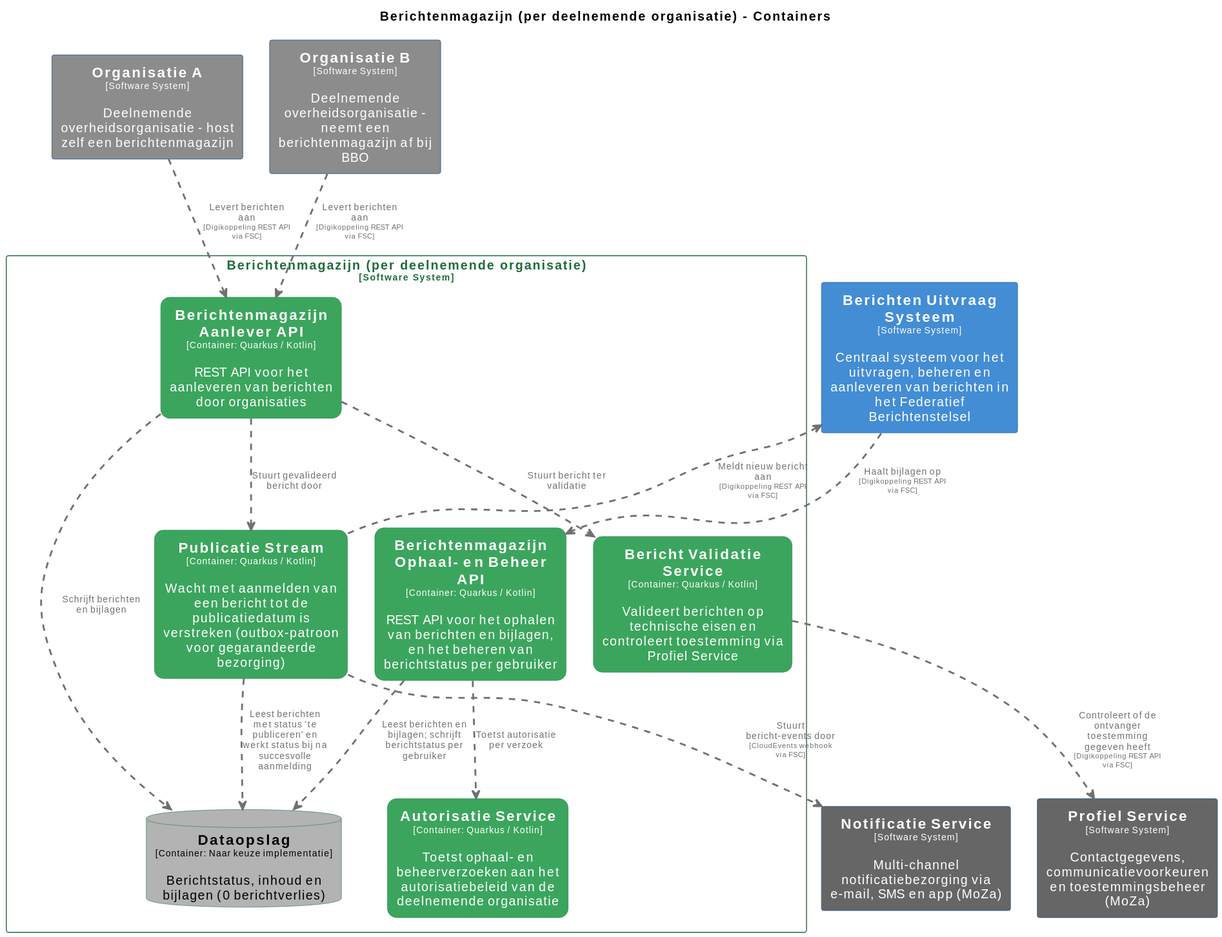
This is pr-preview/pr-22/master/svg/BerichtenmagazijnContainers.svg from MinBZK/moza-poc-fbs-berichtenbox, a PlantUML export, as it was before one commit. Its source is kept beside it as pr-preview/pr-22/master/puml/BerichtenmagazijnContainers.puml.
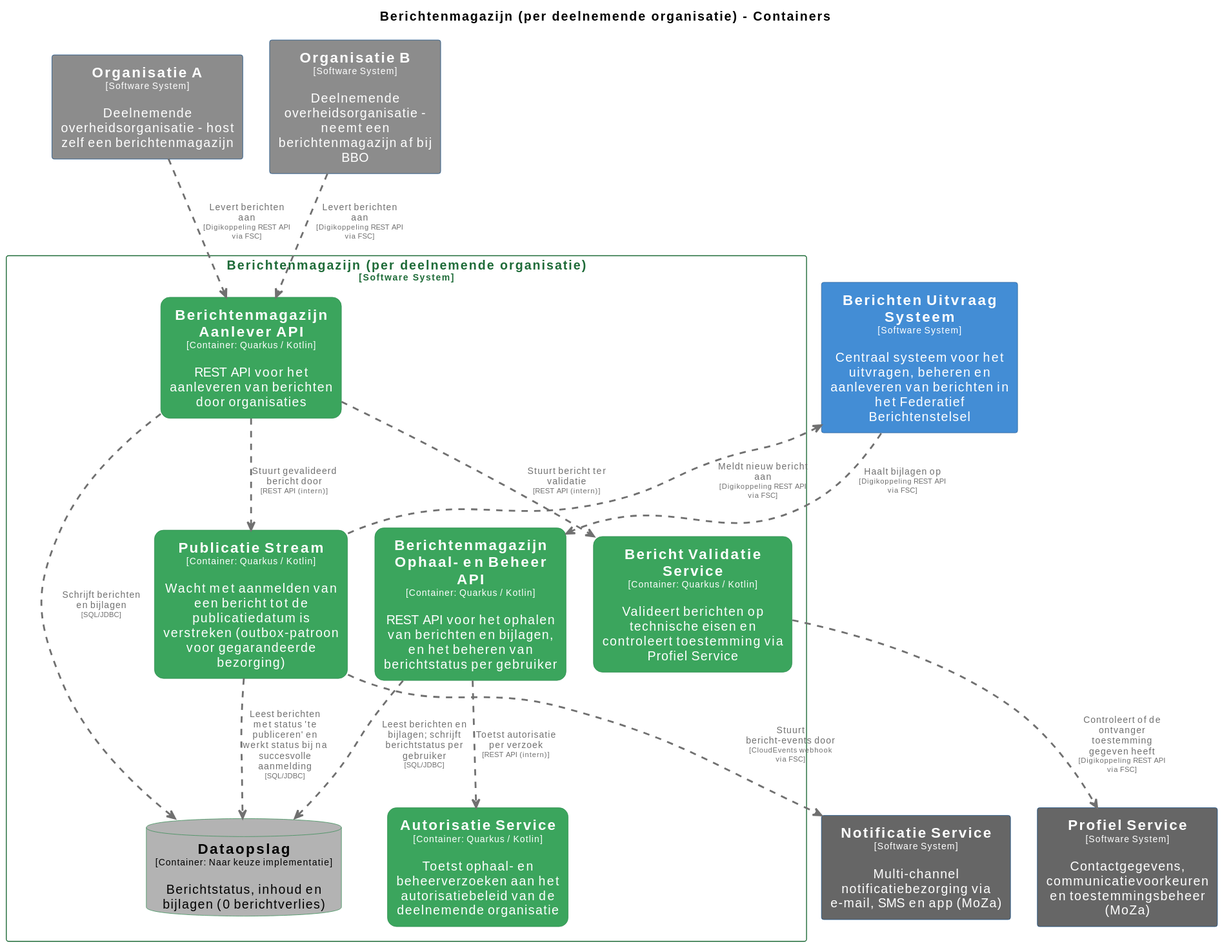
Later version of the same file.

The edit, as a diff of the source:
```diff
@@ -112,11 +112,11 @@
 OrganisatieA .[#707070,thickness=2].> Berichtenmagazijnperdeelnemendeorganisatie.BerichtenmagazijnAanleverAPI : "<color:#707070>Levert berichten aan\n<color:#707070><size:8>[Digikoppeling REST API via FSC]</size>"
 OrganisatieB .[#707070,thickness=2].> Berichtenmagazijnperdeelnemendeorganisatie.BerichtenmagazijnAanleverAPI : "<color:#707070>Levert berichten aan\n<color:#707070><size:8>[Digikoppeling REST API via FSC]</size>"
 Berichtenmagazijnperdeelnemendeorganisatie.BerichtValidatieService .[#707070,thickness=2].> ProfielService : "<color:#707070>Controleert of de ontvanger toestemming gegeven heeft\n<color:#707070><size:8>[Digikoppeling REST API via FSC]</size>"
-Berichtenmagazijnperdeelnemendeorganisatie.BerichtenmagazijnOphaalenBeheerAPI .[#707070,thickness=2].> Berichtenmagazijnperdeelnemendeorganisatie.Dataopslag : "<color:#707070>Leest berichten en bijlagen; schrijft berichtstatus per gebruiker"
-Berichtenmagazijnperdeelnemendeorganisatie.BerichtenmagazijnAanleverAPI .[#707070,thickness=2].> Berichtenmagazijnperdeelnemendeorganisatie.Dataopslag : "<color:#707070>Schrijft berichten en bijlagen"
-Berichtenmagazijnperdeelnemendeorganisatie.BerichtenmagazijnAanleverAPI .[#707070,thickness=2].> Berichtenmagazijnperdeelnemendeorganisatie.BerichtValidatieService : "<color:#707070>Stuurt bericht ter validatie"
-Berichtenmagazijnperdeelnemendeorganisatie.BerichtenmagazijnAanleverAPI .[#707070,thickness=2].> Berichtenmagazijnperdeelnemendeorganisatie.PublicatieStream : "<color:#707070>Stuurt gevalideerd bericht door"
-Berichtenmagazijnperdeelnemendeorganisatie.PublicatieStream .[#707070,thickness=2].> Berichtenmagazijnperdeelnemendeorganisatie.Dataopslag : "<color:#707070>Leest berichten met status 'te publiceren' en werkt status bij na succesvolle aanmelding"
-Berichtenmagazijnperdeelnemendeorganisatie.BerichtenmagazijnOphaalenBeheerAPI .[#707070,thickness=2].> Berichtenmagazijnperdeelnemendeorganisatie.AutorisatieService : "<color:#707070>Toetst autorisatie per verzoek"
+Berichtenmagazijnperdeelnemendeorganisatie.BerichtenmagazijnOphaalenBeheerAPI .[#707070,thickness=2].> Berichtenmagazijnperdeelnemendeorganisatie.Dataopslag : "<color:#707070>Leest berichten en bijlagen; schrijft berichtstatus per gebruiker\n<color:#707070><size:8>[SQL/JDBC]</size>"
+Berichtenmagazijnperdeelnemendeorganisatie.BerichtenmagazijnAanleverAPI .[#707070,thickness=2].> Berichtenmagazijnperdeelnemendeorganisatie.Dataopslag : "<color:#707070>Schrijft berichten en bijlagen\n<color:#707070><size:8>[SQL/JDBC]</size>"
+Berichtenmagazijnperdeelnemendeorganisatie.BerichtenmagazijnAanleverAPI .[#707070,thickness=2].> Berichtenmagazijnperdeelnemendeorganisatie.BerichtValidatieService : "<color:#707070>Stuurt bericht ter validatie\n<color:#707070><size:8>[REST API (intern)]</size>"
+Berichtenmagazijnperdeelnemendeorganisatie.BerichtenmagazijnAanleverAPI .[#707070,thickness=2].> Berichtenmagazijnperdeelnemendeorganisatie.PublicatieStream : "<color:#707070>Stuurt gevalideerd bericht door\n<color:#707070><size:8>[REST API (intern)]</size>"
+Berichtenmagazijnperdeelnemendeorganisatie.PublicatieStream .[#707070,thickness=2].> Berichtenmagazijnperdeelnemendeorganisatie.Dataopslag : "<color:#707070>Leest berichten met status 'te publiceren' en werkt status bij na succesvolle aanmelding\n<color:#707070><size:8>[SQL/JDBC]</size>"
+Berichtenmagazijnperdeelnemendeorganisatie.BerichtenmagazijnOphaalenBeheerAPI .[#707070,thickness=2].> Berichtenmagazijnperdeelnemendeorganisatie.AutorisatieService : "<color:#707070>Toetst autorisatie per verzoek\n<color:#707070><size:8>[REST API (intern)]</size>"
 BerichtenUitvraagSysteem .[#707070,thickness=2].> Berichtenmagazijnperdeelnemendeorganisatie.BerichtenmagazijnOphaalenBeheerAPI : "<color:#707070>Haalt bijlagen op\n<color:#707070><size:8>[Digikoppeling REST API via FSC]</size>"
 @enduml
```
